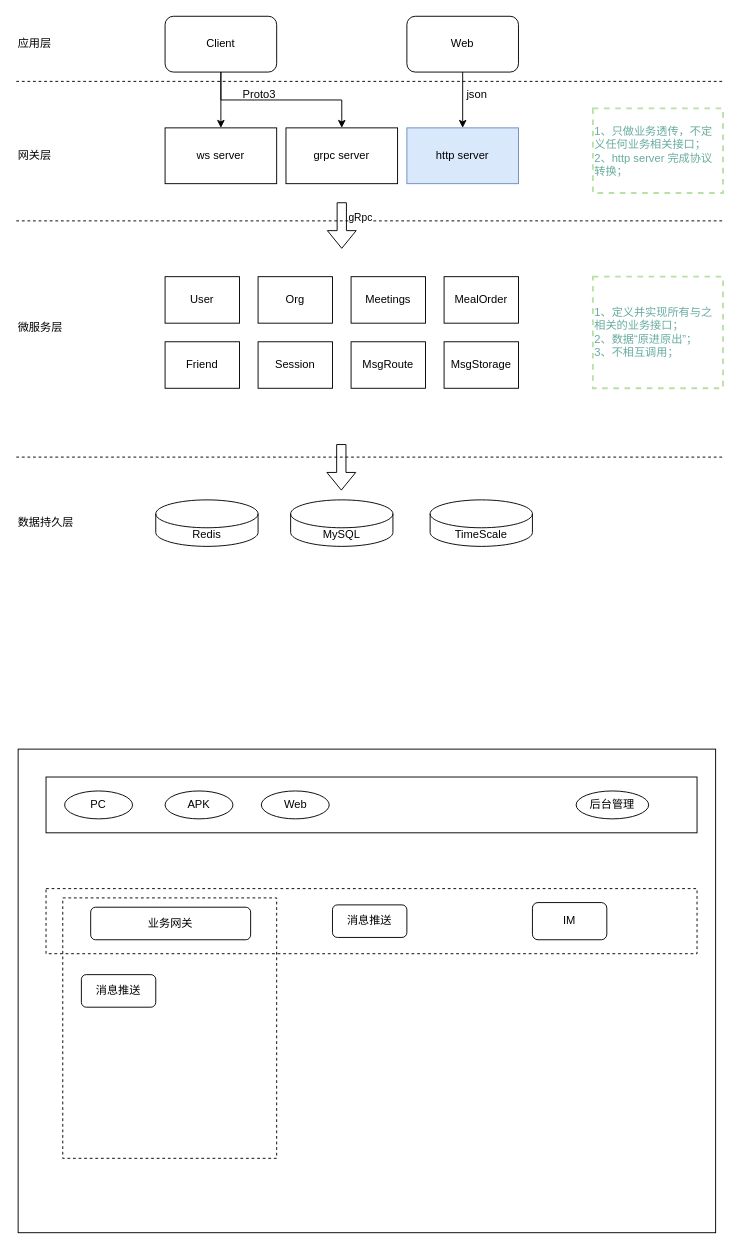
Earlier version of the draw.io diagram page "OA架构图" (3 of 4) of StreamOA架构设计.drawio (zebra-min/my-design). Source tidied: cells renumbered, new cells numbered last; positions are measured from the earlier drawing's top-left corner, leaving out a move shared by most shapes. Both pictures are drawn from the tidied source at 93%, with x=0, y=0 at pixel (16, 16).
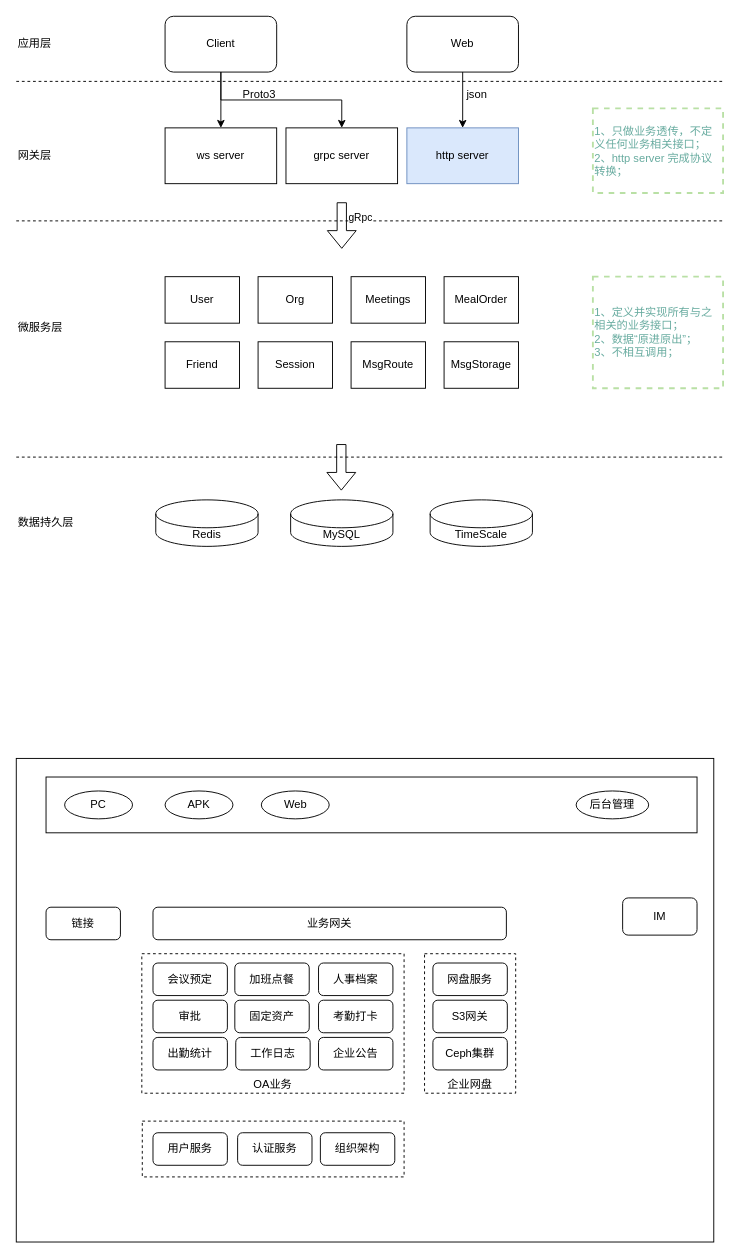
The same diagram, later.

Commit message:
更新StreamOA架构设计.drawio

The edit, as a diff of the source:
```diff
@@
     <mxCell id="35" style="rounded=0;whiteSpace=wrap;html=1;" parent="1" vertex="1">
-      <mxGeometry x="2" y="788" width="750" height="520" as="geometry" />
+      <mxGeometry y="798" width="750" height="520" as="geometry" />
     </mxCell>
@@
-    <mxCell id="40" style="rounded=0;whiteSpace=wrap;html=1;fillStyle=auto;dashed=1;" parent="1" vertex="1">
-      <mxGeometry x="32" y="938" width="700" height="70" as="geometry" />
-    </mxCell>
-    <mxCell id="41" style="rounded=0;whiteSpace=wrap;html=1;fillStyle=auto;dashed=1;fillColor=none;" parent="1" vertex="1">
-      <mxGeometry x="50" y="948" width="230" height="280" as="geometry" />
+    <mxCell id="41" value="OA业务" style="rounded=0;whiteSpace=wrap;html=1;fillStyle=auto;dashed=1;fillColor=none;verticalAlign=bottom;align=center;" parent="1" vertex="1">
+      <mxGeometry x="135" y="1008" width="282" height="150" as="geometry" />
     </mxCell>
     <mxCell id="42" value="业务网关" style="rounded=1;whiteSpace=wrap;html=1;" parent="1" vertex="1">
-      <mxGeometry x="80" y="958" width="172" height="35" as="geometry" />
+      <mxGeometry x="147" y="958" width="380" height="35" as="geometry" />
     </mxCell>
-    <mxCell id="43" value="消息推送" style="rounded=1;whiteSpace=wrap;html=1;" parent="1" vertex="1">
-      <mxGeometry x="340" y="955.5" width="80" height="35" as="geometry" />
+    <mxCell id="43" value="链接" style="rounded=1;whiteSpace=wrap;html=1;" parent="1" vertex="1">
+      <mxGeometry x="32" y="958" width="80" height="35" as="geometry" />
     </mxCell>
     <mxCell id="44" value="IM" style="rounded=1;whiteSpace=wrap;html=1;" parent="1" vertex="1">
-      <mxGeometry x="555" y="953" width="80" height="40" as="geometry" />
+      <mxGeometry x="652" y="948" width="80" height="40" as="geometry" />
     </mxCell>
@@
-    <mxCell id="46" value="消息推送" style="rounded=1;whiteSpace=wrap;html=1;" parent="1" vertex="1">
-      <mxGeometry x="70" y="1030.5" width="80" height="35" as="geometry" />
+    <mxCell id="46" value="会议预定" style="rounded=1;whiteSpace=wrap;html=1;" parent="1" vertex="1">
+      <mxGeometry x="147" y="1018" width="80" height="35" as="geometry" />
     </mxCell>
+    <mxCell id="47" value="加班点餐" style="rounded=1;whiteSpace=wrap;html=1;" parent="1" vertex="1">
+      <mxGeometry x="235" y="1018" width="80" height="35" as="geometry" />
+    </mxCell>
+    <mxCell id="48" value="人事档案" style="rounded=1;whiteSpace=wrap;html=1;" parent="1" vertex="1">
+      <mxGeometry x="325" y="1018" width="80" height="35" as="geometry" />
+    </mxCell>
+    <mxCell id="49" value="审批" style="rounded=1;whiteSpace=wrap;html=1;" parent="1" vertex="1">
+      <mxGeometry x="147" y="1058" width="80" height="35" as="geometry" />
+    </mxCell>
+    <mxCell id="50" value="固定资产" style="rounded=1;whiteSpace=wrap;html=1;" parent="1" vertex="1">
+      <mxGeometry x="235" y="1058" width="80" height="35" as="geometry" />
+    </mxCell>
+    <mxCell id="51" value="考勤打卡" style="rounded=1;whiteSpace=wrap;html=1;" parent="1" vertex="1">
+      <mxGeometry x="325" y="1058" width="80" height="35" as="geometry" />
+    </mxCell>
+    <mxCell id="52" value="企业公告" style="rounded=1;whiteSpace=wrap;html=1;" parent="1" vertex="1">
+      <mxGeometry x="325" y="1098" width="80" height="35" as="geometry" />
+    </mxCell>
+    <mxCell id="53" value="出勤统计" style="rounded=1;whiteSpace=wrap;html=1;" parent="1" vertex="1">
+      <mxGeometry x="147" y="1098" width="80" height="35" as="geometry" />
+    </mxCell>
+    <mxCell id="54" value="工作日志" style="rounded=1;whiteSpace=wrap;html=1;" parent="1" vertex="1">
+      <mxGeometry x="236" y="1098" width="80" height="35" as="geometry" />
+    </mxCell>
+    <mxCell id="55" style="rounded=0;whiteSpace=wrap;html=1;fillStyle=auto;dashed=1;fillColor=none;" parent="1" vertex="1">
+      <mxGeometry x="135.5" y="1188" width="281.5" height="60" as="geometry" />
+    </mxCell>
+    <mxCell id="56" value="用户服务" style="rounded=1;whiteSpace=wrap;html=1;" parent="1" vertex="1">
+      <mxGeometry x="147" y="1200.5" width="80" height="35" as="geometry" />
+    </mxCell>
+    <mxCell id="57" value="认证服务" style="rounded=1;whiteSpace=wrap;html=1;" parent="1" vertex="1">
+      <mxGeometry x="238" y="1200.5" width="80" height="35" as="geometry" />
+    </mxCell>
+    <mxCell id="58" value="组织架构" style="rounded=1;whiteSpace=wrap;html=1;" parent="1" vertex="1">
+      <mxGeometry x="327" y="1200.5" width="80" height="35" as="geometry" />
+    </mxCell>
+    <mxCell id="59" value="企业网盘" style="rounded=0;whiteSpace=wrap;html=1;fillStyle=auto;dashed=1;fillColor=none;verticalAlign=bottom;align=center;" parent="1" vertex="1">
+      <mxGeometry x="439" y="1008" width="98" height="150" as="geometry" />
+    </mxCell>
+    <mxCell id="60" value="网盘服务" style="rounded=1;whiteSpace=wrap;html=1;" parent="1" vertex="1">
+      <mxGeometry x="448" y="1018" width="80" height="35" as="geometry" />
+    </mxCell>
+    <mxCell id="61" value="S3网关" style="rounded=1;whiteSpace=wrap;html=1;" parent="1" vertex="1">
+      <mxGeometry x="448" y="1058" width="80" height="35" as="geometry" />
+    </mxCell>
+    <mxCell id="62" value="Ceph集群" style="rounded=1;whiteSpace=wrap;html=1;" parent="1" vertex="1">
+      <mxGeometry x="448" y="1098" width="80" height="35" as="geometry" />
+    </mxCell>
```
